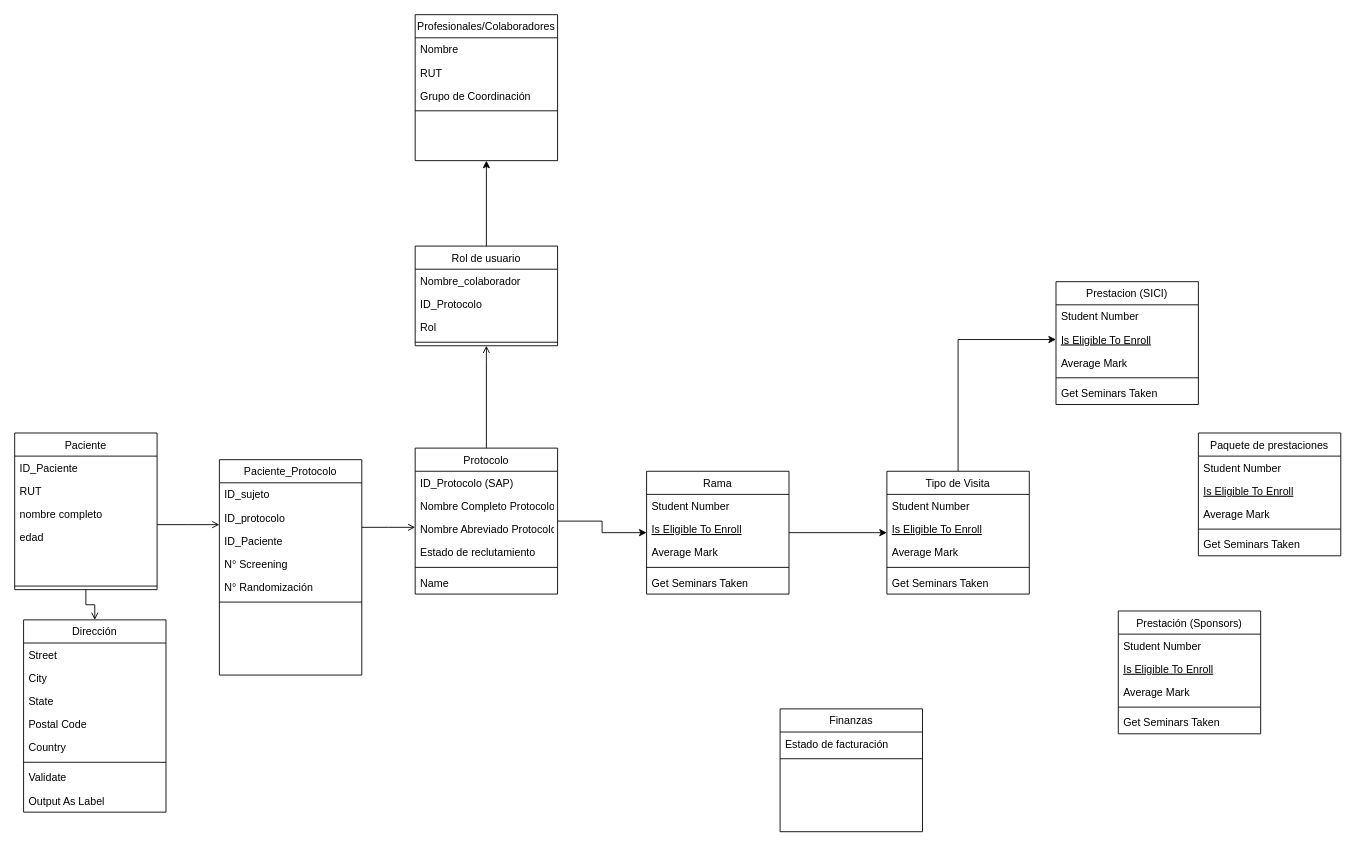
The draw.io diagram UIDO_Protocolos.drawio in ietchart/UIDO, before the edit. Source tidied: cells renumbered, new cells numbered last; positions are measured from the earlier drawing's top-left corner, leaving out a move shared by most shapes. Both pictures are drawn from the tidied source at 89%, with x=0, y=0 at pixel (14, 14).
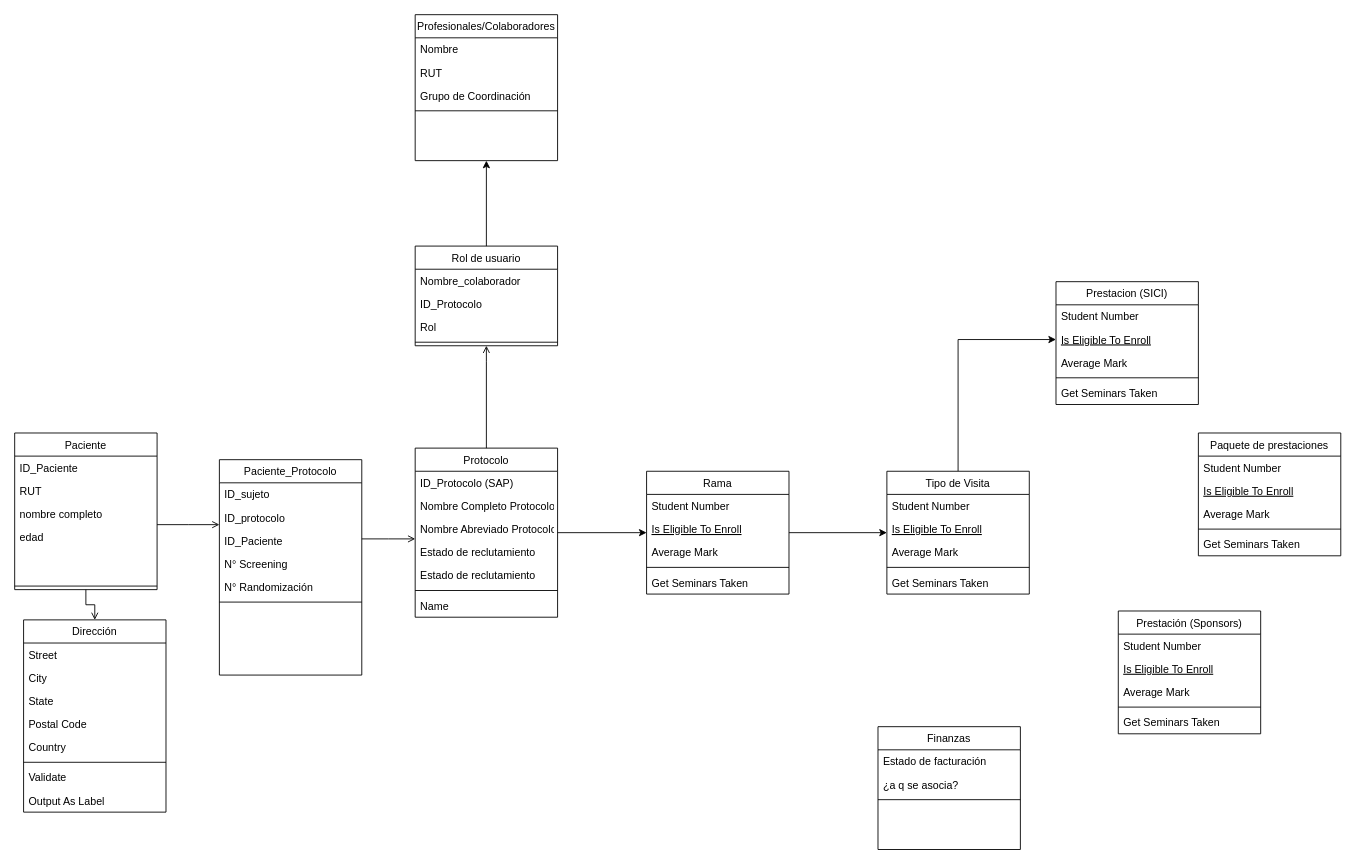
Above is the later version.

The edit, as a diff of the source:
```diff
@@
     <mxCell id="3" value="Protocolo" style="swimlane;fontStyle=0;align=center;verticalAlign=top;horizontal=1;startSize=26;rounded=0;shadow=0;strokeWidth=1;" parent="1" vertex="1">
-      <mxGeometry x="450" y="487" width="160" height="164" as="geometry" />
+      <mxGeometry x="450" y="487" width="160" height="190" as="geometry" />
     </mxCell>
@@
+    <mxCell id="82" value="Estado de reclutamiento" style="text;align=left;verticalAlign=top;spacingLeft=4;spacingRight=4;overflow=hidden;" parent="3" vertex="1">
+      <mxGeometry y="130" width="160" height="26" as="geometry" />
+    </mxCell>
     <mxCell id="8" style="line;html=1;strokeWidth=1;align=left;verticalAlign=middle;spacingTop=-1;spacingLeft=3;spacingRight=3;labelPosition=right;" parent="3" vertex="1">
-      <mxGeometry y="130" width="160" height="8" as="geometry" />
+      <mxGeometry y="156" width="160" height="8" as="geometry" />
     </mxCell>
     <mxCell id="9" value="Name" style="text;align=left;verticalAlign=top;spacingLeft=4;spacingRight=4;overflow=hidden;" parent="3" vertex="1">
-      <mxGeometry y="138" width="160" height="26" as="geometry" />
+      <mxGeometry y="164" width="160" height="26" as="geometry" />
     </mxCell>
@@
     <mxCell id="79" value="Finanzas" style="swimlane;fontStyle=0;align=center;verticalAlign=top;horizontal=1;startSize=26;rounded=0;shadow=0;strokeWidth=1;" parent="1" vertex="1">
-      <mxGeometry x="860" y="780" width="160" height="138" as="geometry" />
+      <mxGeometry x="970" y="800" width="160" height="138" as="geometry" />
     </mxCell>
@@
+    <mxCell id="83" value="¿a q se asocia?" style="text;align=left;verticalAlign=top;spacingLeft=4;spacingRight=4;overflow=hidden;" parent="79" vertex="1">
+      <mxGeometry y="52" width="160" height="26" as="geometry" />
+    </mxCell>
     <mxCell id="81" style="line;html=1;strokeWidth=1;align=left;verticalAlign=middle;spacingTop=-1;spacingLeft=3;spacingRight=3;labelPosition=right;" parent="79" vertex="1">
-      <mxGeometry y="52" width="160" height="8" as="geometry" />
+      <mxGeometry y="78" width="160" height="8" as="geometry" />
     </mxCell>
```
